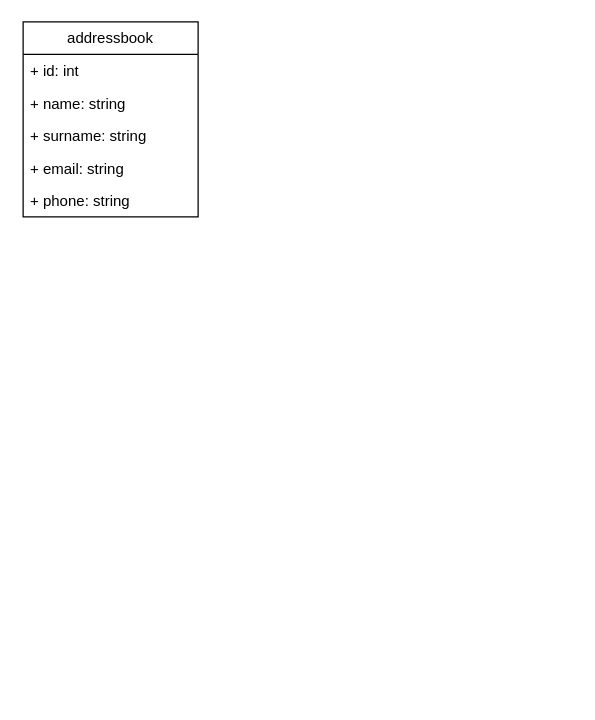
Earlier version of the draw.io diagram data_flow.drawio (malykhinnik/python_practice_address_book). Source tidied: cells renumbered, new cells numbered last; positions are measured from the earlier drawing's top-left corner, leaving out a move shared by most shapes. Both pictures are drawn from the tidied source at 125%, with x=0, y=0 at pixel (22, 21).
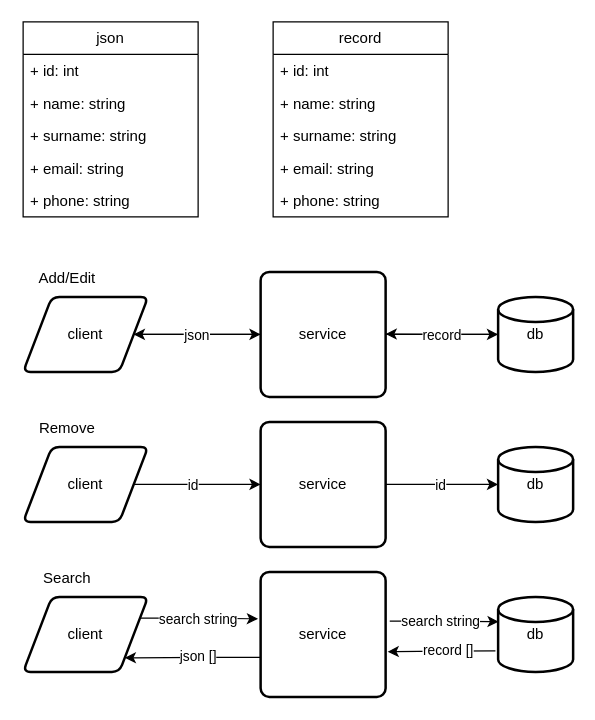
The same page after the edit.

Diff of the diagram source:
```diff
@@
+    <mxCell id="8" style="edgeStyle=orthogonalEdgeStyle;rounded=0;jettySize=auto;html=1;exitX=1;exitY=0.5;exitDx=0;exitDy=0;entryX=0;entryY=0.5;entryDx=0;entryDy=0;entryPerimeter=0;" parent="1" edge="1" source="13" target="14">
+      <mxGeometry relative="1" as="geometry" />
+    </mxCell>
-    <mxCell id="2" value="addressbook" style="swimlane;fontStyle=0;horizontal=1;startSize=26;fillColor=none;whiteSpace=wrap;html=1;" parent="1" vertex="1">
+    <mxCell id="2" value="json" style="swimlane;fontStyle=0;horizontal=1;startSize=26;fillColor=none;whiteSpace=wrap;html=1;" parent="1" vertex="1">
       <mxGeometry width="140" height="156" as="geometry" />
     </mxCell>
@@
+    <mxCell id="9" style="edgeStyle=orthogonalEdgeStyle;rounded=0;jettySize=auto;html=1;exitX=1;exitY=0.5;exitDx=0;exitDy=0;entryX=0;entryY=0.5;entryDx=0;entryDy=0;" parent="1" edge="1" source="10" target="13">
+      <mxGeometry relative="1" as="geometry" />
+    </mxCell>
+    <mxCell id="10" value="client" style="shape=parallelogram;html=1;strokeWidth=2;perimeter=parallelogramPerimeter;whiteSpace=wrap;rounded=1;arcSize=12;size=0.23;" parent="1" vertex="1">
+      <mxGeometry y="220" width="100" height="60" as="geometry" />
+    </mxCell>
+    <mxCell id="11" style="edgeStyle=orthogonalEdgeStyle;rounded=0;jettySize=auto;html=1;entryX=1;entryY=0.5;entryDx=0;entryDy=0;" parent="1" edge="1" source="13" target="10">
+      <mxGeometry relative="1" as="geometry" />
+    </mxCell>
+    <mxCell id="12" value="json" style="edgeLabel;html=1;align=center;verticalAlign=middle;" parent="11" vertex="1">
+      <mxGeometry x="0.02" relative="1" as="geometry" />
+    </mxCell>
+    <mxCell id="13" value="service" style="rounded=1;whiteSpace=wrap;html=1;absoluteArcSize=1;arcSize=14;strokeWidth=2;" parent="1" vertex="1">
+      <mxGeometry x="190" y="200" width="100" height="100" as="geometry" />
+    </mxCell>
+    <mxCell id="14" value="db" style="strokeWidth=2;html=1;shape=mxgraph.flowchart.database;whiteSpace=wrap;" parent="1" vertex="1">
+      <mxGeometry x="380" y="220" width="60" height="60" as="geometry" />
+    </mxCell>
+    <mxCell id="15" style="edgeStyle=orthogonalEdgeStyle;rounded=0;jettySize=auto;html=1;entryX=1;entryY=0.5;entryDx=0;entryDy=0;exitX=0;exitY=0.5;exitDx=0;exitDy=0;exitPerimeter=0;" parent="1" edge="1" source="14">
+      <mxGeometry relative="1" as="geometry">
+        <mxPoint x="290" y="249.7" as="targetPoint" />
+      </mxGeometry>
+    </mxCell>
+    <mxCell id="16" value="record" style="edgeLabel;html=1;align=center;verticalAlign=middle;" parent="15" vertex="1">
+      <mxGeometry x="0.02" relative="1" as="geometry" />
+    </mxCell>
+    <mxCell id="17" value="Add/Edit" style="text;html=1;align=center;verticalAlign=middle;strokeColor=none;fillColor=none;" parent="1" vertex="1">
+      <mxGeometry y="190" width="70" height="30" as="geometry" />
+    </mxCell>
+    <mxCell id="18" style="edgeStyle=orthogonalEdgeStyle;rounded=0;jettySize=auto;html=1;exitX=1;exitY=0.5;exitDx=0;exitDy=0;entryX=0;entryY=0.5;entryDx=0;entryDy=0;entryPerimeter=0;" parent="1" edge="1" source="23" target="24">
+      <mxGeometry relative="1" as="geometry" />
+    </mxCell>
+    <mxCell id="19" value="id" style="edgeLabel;html=1;align=center;verticalAlign=middle;" parent="18" vertex="1">
+      <mxGeometry x="-0.04" y="-1" relative="1" as="geometry">
+        <mxPoint y="-1" as="offset" />
+      </mxGeometry>
+    </mxCell>
+    <mxCell id="20" style="edgeStyle=orthogonalEdgeStyle;rounded=0;jettySize=auto;html=1;exitX=1;exitY=0.5;exitDx=0;exitDy=0;entryX=0;entryY=0.5;entryDx=0;entryDy=0;" parent="1" edge="1" source="22" target="23">
+      <mxGeometry relative="1" as="geometry" />
+    </mxCell>
+    <mxCell id="21" value="id" style="edgeLabel;html=1;align=center;verticalAlign=middle;" parent="20" vertex="1">
+      <mxGeometry x="0.03" y="-1" relative="1" as="geometry">
+        <mxPoint x="-5" y="-1" as="offset" />
+      </mxGeometry>
+    </mxCell>
+    <mxCell id="22" value="client" style="shape=parallelogram;html=1;strokeWidth=2;perimeter=parallelogramPerimeter;whiteSpace=wrap;rounded=1;arcSize=12;size=0.23;" parent="1" vertex="1">
+      <mxGeometry y="340" width="100" height="60" as="geometry" />
+    </mxCell>
+    <mxCell id="23" value="service" style="rounded=1;whiteSpace=wrap;html=1;absoluteArcSize=1;arcSize=14;strokeWidth=2;" parent="1" vertex="1">
+      <mxGeometry x="190" y="320" width="100" height="100" as="geometry" />
+    </mxCell>
+    <mxCell id="24" value="db" style="strokeWidth=2;html=1;shape=mxgraph.flowchart.database;whiteSpace=wrap;" parent="1" vertex="1">
+      <mxGeometry x="380" y="340" width="60" height="60" as="geometry" />
+    </mxCell>
+    <mxCell id="25" value="Remove" style="text;html=1;align=center;verticalAlign=middle;strokeColor=none;fillColor=none;" parent="1" vertex="1">
+      <mxGeometry y="310" width="70" height="30" as="geometry" />
+    </mxCell>
+    <mxCell id="26" value="client" style="shape=parallelogram;html=1;strokeWidth=2;perimeter=parallelogramPerimeter;whiteSpace=wrap;rounded=1;arcSize=12;size=0.23;" parent="1" vertex="1">
+      <mxGeometry y="460" width="100" height="60" as="geometry" />
+    </mxCell>
+    <mxCell id="27" value="service" style="rounded=1;whiteSpace=wrap;html=1;absoluteArcSize=1;arcSize=14;strokeWidth=2;" parent="1" vertex="1">
+      <mxGeometry x="190" y="440" width="100" height="100" as="geometry" />
+    </mxCell>
+    <mxCell id="28" style="edgeStyle=orthogonalEdgeStyle;rounded=0;jettySize=auto;html=1;exitX=-0.036;exitY=0.721;exitDx=0;exitDy=0;exitPerimeter=0;entryX=1.016;entryY=0.639;entryDx=0;entryDy=0;entryPerimeter=0;" parent="1" edge="1" source="30" target="27">
+      <mxGeometry relative="1" as="geometry" />
+    </mxCell>
+    <mxCell id="29" value="record []" style="edgeLabel;html=1;align=center;verticalAlign=middle;" parent="28" vertex="1">
+      <mxGeometry x="-0.21" y="-1" relative="1" as="geometry">
+        <mxPoint x="-4" as="offset" />
+      </mxGeometry>
+    </mxCell>
+    <mxCell id="30" value="db" style="strokeWidth=2;html=1;shape=mxgraph.flowchart.database;whiteSpace=wrap;" parent="1" vertex="1">
+      <mxGeometry x="380" y="460" width="60" height="60" as="geometry" />
+    </mxCell>
+    <mxCell id="31" value="Search" style="text;html=1;align=center;verticalAlign=middle;strokeColor=none;fillColor=none;" parent="1" vertex="1">
+      <mxGeometry x="5" y="430" width="60" height="30" as="geometry" />
+    </mxCell>
+    <mxCell id="32" style="edgeStyle=orthogonalEdgeStyle;rounded=0;jettySize=auto;html=1;exitX=1;exitY=0.25;exitDx=0;exitDy=0;entryX=-0.021;entryY=0.376;entryDx=0;entryDy=0;entryPerimeter=0;" parent="1" edge="1" source="26" target="27">
+      <mxGeometry relative="1" as="geometry" />
+    </mxCell>
+    <mxCell id="33" value="search string" style="edgeLabel;html=1;align=center;verticalAlign=middle;" parent="32" vertex="1">
+      <mxGeometry x="-0.13" y="-1" relative="1" as="geometry">
+        <mxPoint x="5" as="offset" />
+      </mxGeometry>
+    </mxCell>
+    <mxCell id="34" style="edgeStyle=orthogonalEdgeStyle;rounded=0;jettySize=auto;html=1;entryX=1;entryY=1;entryDx=0;entryDy=0;exitX=-0.001;exitY=0.684;exitDx=0;exitDy=0;exitPerimeter=0;" parent="1" edge="1" source="27" target="26">
+      <mxGeometry relative="1" as="geometry" />
+    </mxCell>
+    <mxCell id="35" value="json []" style="edgeLabel;html=1;align=center;verticalAlign=middle;" parent="34" vertex="1">
+      <mxGeometry x="-0.26" y="-1" relative="1" as="geometry">
+        <mxPoint x="-10" as="offset" />
+      </mxGeometry>
+    </mxCell>
+    <mxCell id="36" style="edgeStyle=orthogonalEdgeStyle;rounded=0;jettySize=auto;html=1;exitX=1.033;exitY=0.393;exitDx=0;exitDy=0;entryX=0.007;entryY=0.331;entryDx=0;entryDy=0;entryPerimeter=0;exitPerimeter=0;" parent="1" edge="1" source="27" target="30">
+      <mxGeometry relative="1" as="geometry" />
+    </mxCell>
+    <mxCell id="37" value="search string" style="edgeLabel;html=1;align=center;verticalAlign=middle;" parent="36" vertex="1">
+      <mxGeometry x="-0.09" relative="1" as="geometry" />
+    </mxCell>
+    <mxCell id="38" value="record" style="swimlane;fontStyle=0;horizontal=1;startSize=26;fillColor=none;whiteSpace=wrap;html=1;" parent="1" vertex="1">
+      <mxGeometry x="200" width="140" height="156" as="geometry" />
+    </mxCell>
+    <mxCell id="39" value="+ id: int&lt;div&gt;&lt;br&gt;&lt;/div&gt;&lt;div&gt;&lt;br&gt;&lt;/div&gt;" style="text;strokeColor=none;fillColor=none;align=left;verticalAlign=top;spacingLeft=4;spacingRight=4;overflow=hidden;whiteSpace=wrap;html=1;" parent="38" vertex="1">
+      <mxGeometry y="26" width="140" height="26" as="geometry" />
+    </mxCell>
+    <mxCell id="40" value="+ name: string" style="text;strokeColor=none;fillColor=none;align=left;verticalAlign=top;spacingLeft=4;spacingRight=4;overflow=hidden;whiteSpace=wrap;html=1;" parent="38" vertex="1">
+      <mxGeometry y="52" width="140" height="26" as="geometry" />
+    </mxCell>
+    <mxCell id="41" value="+ surname: string" style="text;strokeColor=none;fillColor=none;align=left;verticalAlign=top;spacingLeft=4;spacingRight=4;overflow=hidden;whiteSpace=wrap;html=1;" parent="38" vertex="1">
+      <mxGeometry y="78" width="140" height="26" as="geometry" />
+    </mxCell>
+    <mxCell id="42" value="+ email: string" style="text;strokeColor=none;fillColor=none;align=left;verticalAlign=top;spacingLeft=4;spacingRight=4;overflow=hidden;whiteSpace=wrap;html=1;" parent="38" vertex="1">
+      <mxGeometry y="104" width="140" height="26" as="geometry" />
+    </mxCell>
+    <mxCell id="43" value="+ phone: string" style="text;strokeColor=none;fillColor=none;align=left;verticalAlign=top;spacingLeft=4;spacingRight=4;overflow=hidden;whiteSpace=wrap;html=1;" parent="38" vertex="1">
+      <mxGeometry y="130" width="140" height="26" as="geometry" />
+    </mxCell>
```
